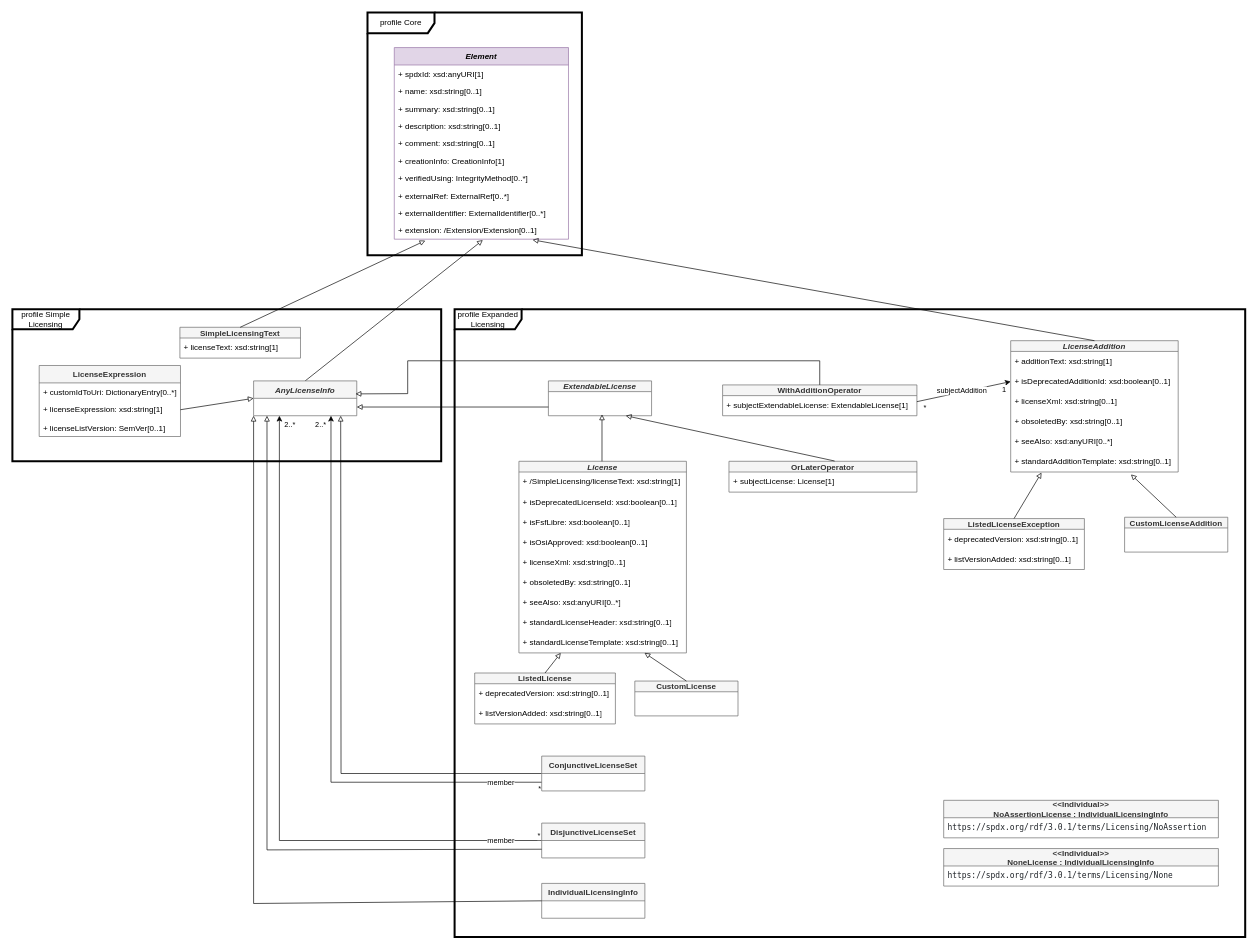
The draw.io diagram page "Licensing" (5 of 11) of model.drawio in spdx/spdx-3-model, before the edit. Source tidied: cells renumbered, new cells numbered last; positions are measured from the earlier drawing's top-left corner, leaving out a move shared by most shapes. Both pictures are drawn from the tidied source at 67%, with x=0, y=0 at pixel (12, 12).
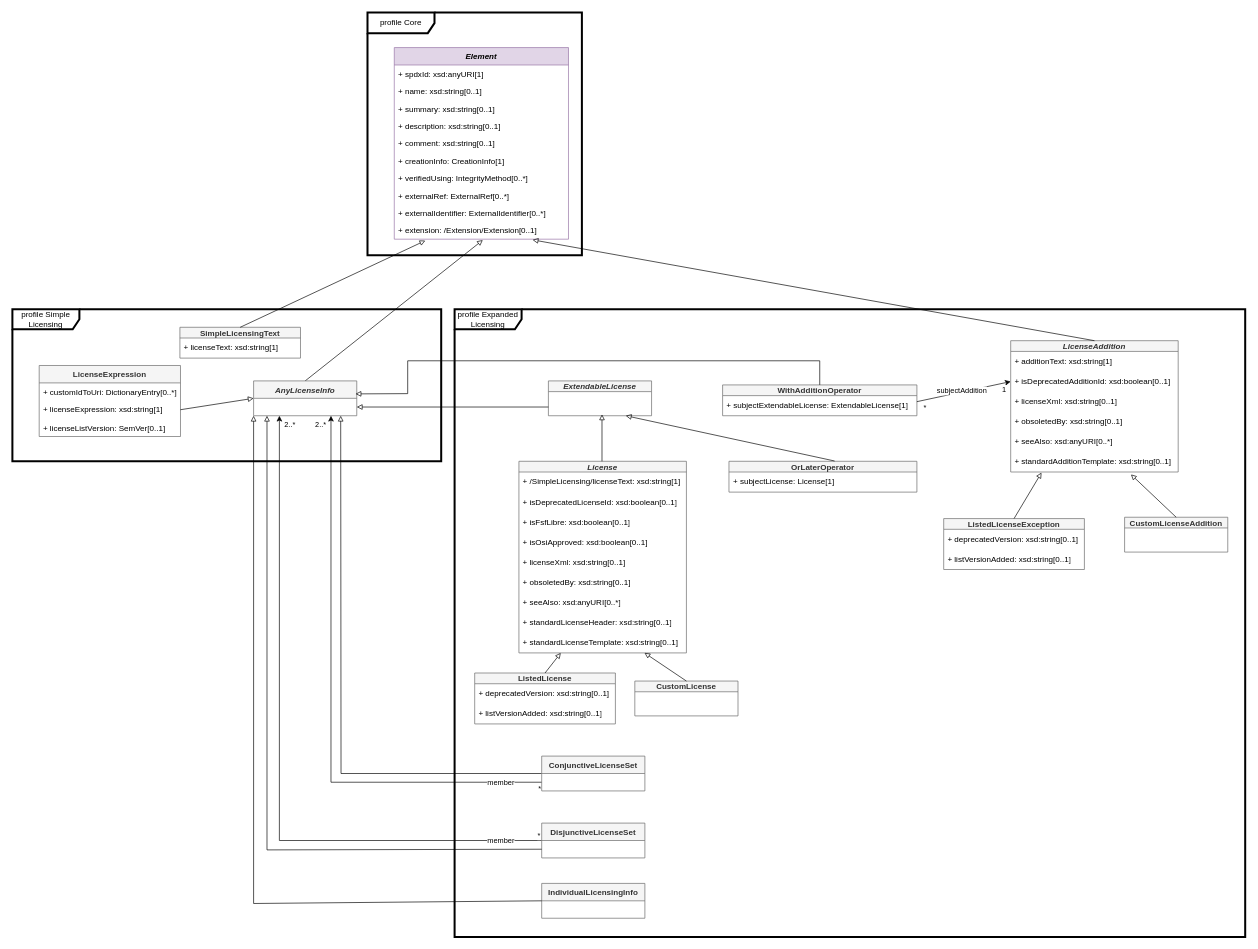
The same diagram, later.

Diff of the diagram source:
```diff
@@
-    <mxCell id="83" value="&lt;&lt;Individual&gt;&gt;&#10;NoAssertionLicense : IndividualLicensingInfo" style="swimlane;fontStyle=1;horizontal=1;startSize=26;fillColor=#f5f5f5;strokeColor=#666666;fontColor=#333333;" parent="1" vertex="1">
-      <mxGeometry x="1390" y="1176" width="410" height="56" as="geometry" />
-    </mxCell>
-    <mxCell id="84" value="&lt;span style=&quot;color: rgb(31, 35, 40); font-family: ui-monospace, SFMono-Regular, &amp;quot;SF Mono&amp;quot;, Menlo, Consolas, &amp;quot;Liberation Mono&amp;quot;, monospace; font-size: 11.9px; white-space-collapse: break-spaces; background-color: rgb(255, 255, 255);&quot;&gt;https://spdx.org/rdf/3.0.1/terms/Licensing/NoAssertion&lt;/span&gt;" style="text;strokeColor=none;fillColor=none;align=left;verticalAlign=middle;spacingLeft=4;spacingRight=4;overflow=hidden;whiteSpace=wrap;html=1;" parent="83" vertex="1">
-      <mxGeometry y="26" width="410" height="30" as="geometry" />
-    </mxCell>
-    <mxCell id="85" value="&lt;&lt;Individual&gt;&gt;&#10;NoneLicense : IndividualLicensingInfo" style="swimlane;fontStyle=1;horizontal=1;startSize=26;fillColor=#f5f5f5;strokeColor=#666666;fontColor=#333333;" parent="1" vertex="1">
-      <mxGeometry x="1390" y="1248" width="410" height="56" as="geometry" />
-    </mxCell>
-    <mxCell id="86" value="&lt;span style=&quot;color: rgb(31, 35, 40); font-family: ui-monospace, SFMono-Regular, &amp;quot;SF Mono&amp;quot;, Menlo, Consolas, &amp;quot;Liberation Mono&amp;quot;, monospace; font-size: 11.9px; white-space-collapse: break-spaces; background-color: rgb(255, 255, 255);&quot;&gt;https://spdx.org/rdf/3.0.1/terms/Licensing/None&lt;/span&gt;" style="text;strokeColor=none;fillColor=none;align=left;verticalAlign=middle;spacingLeft=4;spacingRight=4;overflow=hidden;whiteSpace=wrap;html=1;" parent="85" vertex="1">
-      <mxGeometry y="26" width="410" height="30" as="geometry" />
-    </mxCell>
```
